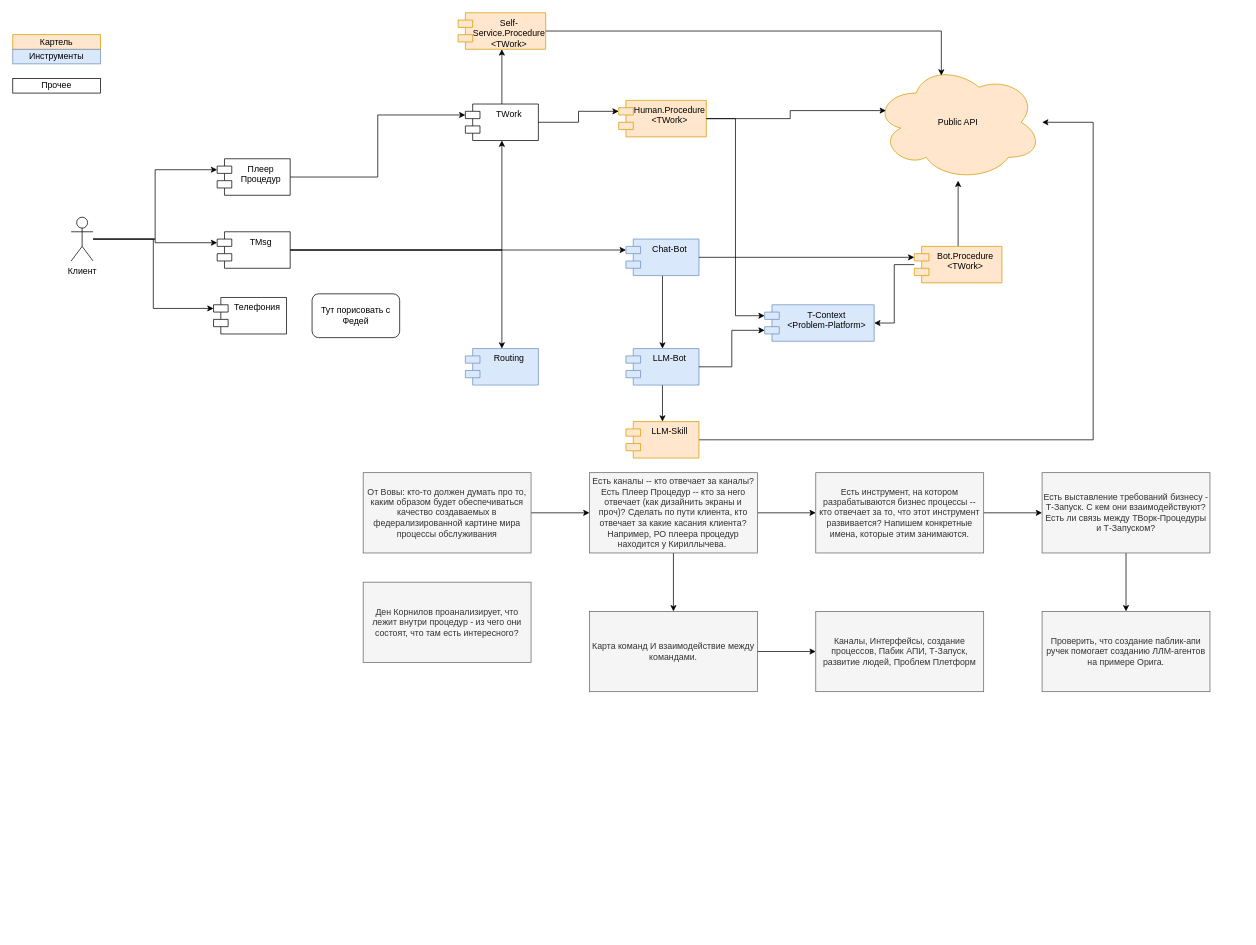
This is page "Page-2" (2 of 3) of arch-parf.drawio from alexAkselrod/uml, a draw.io file, before an edit. Source tidied: cells renumbered, new cells numbered last; positions are measured from the earlier drawing's top-left corner, leaving out a move shared by most shapes. Both pictures are drawn from the tidied source at 73%, with x=0, y=0 at pixel (1, 12).
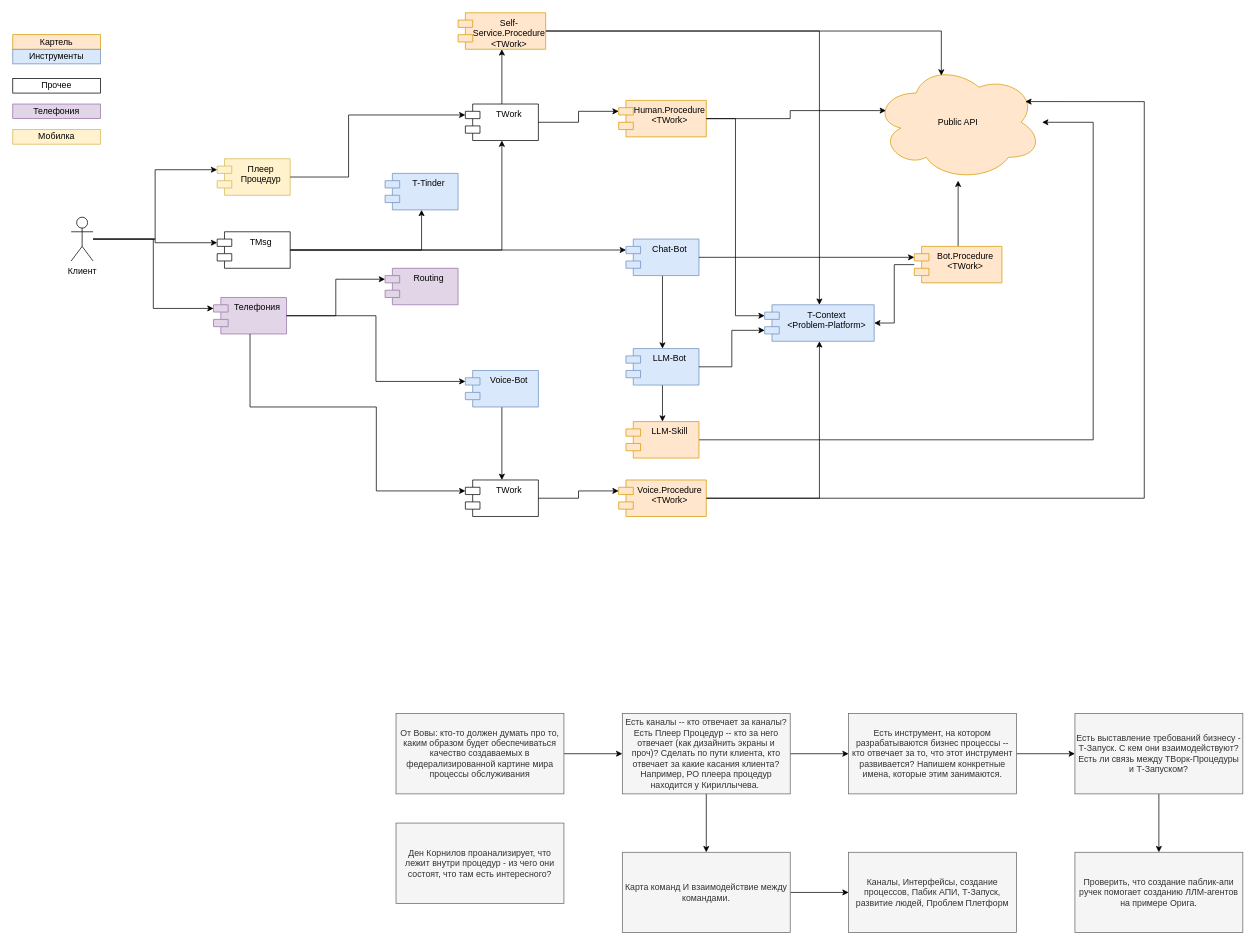
The same diagram, later.

Unchanged cells that the change refers to:
```xml
<mxCell id="11" value="TWork" style="shape=module;align=left;spacingLeft=20;align=center;verticalAlign=top;whiteSpace=wrap;html=1;" parent="1" vertex="1">
  <mxGeometry x="635" y="125" width="100" height="50" as="geometry" />
</mxCell>
<mxCell id="21" value="Public API" style="ellipse;shape=cloud;whiteSpace=wrap;html=1;fillColor=#ffe6cc;strokeColor=#d79b00;" parent="1" vertex="1">
  <mxGeometry x="1195" y="70" width="230" height="160" as="geometry" />
</mxCell>
<mxCell id="23" value="T-Context&lt;br&gt;&amp;lt;Problem-Platform&amp;gt;" style="shape=module;align=left;spacingLeft=20;align=center;verticalAlign=top;whiteSpace=wrap;html=1;fillColor=#dae8fc;strokeColor=#6c8ebf;" parent="1" vertex="1">
  <mxGeometry x="1045" y="400" width="150" height="50" as="geometry" />
</mxCell>
<mxCell id="52" value="Self-Service.Procedure&lt;br&gt;&amp;lt;TWork&amp;gt;" style="shape=module;align=left;spacingLeft=20;align=center;verticalAlign=top;whiteSpace=wrap;html=1;fillColor=#ffe6cc;strokeColor=#d79b00;" parent="1" vertex="1">
  <mxGeometry x="625" width="120" height="50" as="geometry" />
</mxCell>
```

Change to the diagram source:
```diff
@@
-    <mxCell id="9" value="Routing" style="shape=module;align=left;spacingLeft=20;align=center;verticalAlign=top;whiteSpace=wrap;html=1;fillColor=#dae8fc;strokeColor=#6c8ebf;" parent="1" vertex="1">
-      <mxGeometry x="635" y="460" width="100" height="50" as="geometry" />
+    <mxCell id="9" value="T-Tinder" style="shape=module;align=left;spacingLeft=20;align=center;verticalAlign=top;whiteSpace=wrap;html=1;fillColor=#dae8fc;strokeColor=#6c8ebf;" parent="1" vertex="1">
+      <mxGeometry x="525" y="220" width="100" height="50" as="geometry" />
     </mxCell>
@@
     <mxCell id="32" value="От Вовы: кто-то должен думать про то, каким образом будет обеспечиваться качество создаваемых в федерализированной картине мира процессы обслуживания" style="rounded=0;whiteSpace=wrap;html=1;fillColor=#f5f5f5;strokeColor=#666666;fontColor=#333333;" parent="1" vertex="1">
-      <mxGeometry x="495" y="630" width="230" height="110" as="geometry" />
+      <mxGeometry x="540" y="960" width="230" height="110" as="geometry" />
     </mxCell>
@@
     <mxCell id="35" value="Есть каналы -- кто отвечает за каналы? Есть Плеер Процедур -- кто за него отвечает (как дизайнить экраны и проч)? Сделать по пути клиента, кто отвечает за какие касания клиента? Например, РО плеера процедур находится у Кириллычева.&amp;nbsp;" style="rounded=0;whiteSpace=wrap;html=1;fillColor=#f5f5f5;strokeColor=#666666;fontColor=#333333;" parent="1" vertex="1">
-      <mxGeometry x="805" y="630" width="230" height="110" as="geometry" />
+      <mxGeometry x="850" y="960" width="230" height="110" as="geometry" />
     </mxCell>
@@
     <mxCell id="37" value="Есть инструмент, на котором разрабатываются бизнес процессы -- кто отвечает за то, что этот инструмент развивается? Напишем конкретные имена, которые этим занимаются." style="rounded=0;whiteSpace=wrap;html=1;fillColor=#f5f5f5;strokeColor=#666666;fontColor=#333333;" parent="1" vertex="1">
-      <mxGeometry x="1115" y="630" width="230" height="110" as="geometry" />
+      <mxGeometry x="1160" y="960" width="230" height="110" as="geometry" />
     </mxCell>
@@
     <mxCell id="39" value="Есть выставление требований бизнесу - Т-Запуск. С кем они взаимодействуют? Есть ли связь между ТВорк-Процедуры и Т-Запуском?" style="rounded=0;whiteSpace=wrap;html=1;fillColor=#f5f5f5;strokeColor=#666666;fontColor=#333333;" parent="1" vertex="1">
-      <mxGeometry x="1425" y="630" width="230" height="110" as="geometry" />
+      <mxGeometry x="1470" y="960" width="230" height="110" as="geometry" />
     </mxCell>
     <mxCell id="40" value="Проверить, что создание паблик-апи ручек помогает созданию ЛЛМ-агентов на примере Орига." style="rounded=0;whiteSpace=wrap;html=1;fillColor=#f5f5f5;strokeColor=#666666;fontColor=#333333;" parent="1" vertex="1">
-      <mxGeometry x="1425" y="820" width="230" height="110" as="geometry" />
+      <mxGeometry x="1470" y="1150" width="230" height="110" as="geometry" />
     </mxCell>
@@
     <mxCell id="42" value="Карта команд И взаимодействие между командами." style="rounded=0;whiteSpace=wrap;html=1;fillColor=#f5f5f5;strokeColor=#666666;fontColor=#333333;" parent="1" vertex="1">
-      <mxGeometry x="805" y="820" width="230" height="110" as="geometry" />
+      <mxGeometry x="850" y="1150" width="230" height="110" as="geometry" />
     </mxCell>
     <mxCell id="43" value="Каналы, Интерфейсы, создание процессов, Пабик АПИ, Т-Запуск, развитие людей, Проблем Плетформ" style="rounded=0;whiteSpace=wrap;html=1;fillColor=#f5f5f5;strokeColor=#666666;fontColor=#333333;" parent="1" vertex="1">
-      <mxGeometry x="1115" y="820" width="230" height="110" as="geometry" />
+      <mxGeometry x="1160" y="1150" width="230" height="110" as="geometry" />
     </mxCell>
     <mxCell id="44" value="Ден Корнилов проанализирует, что лежит внутри процедур - из чего они состоят, что там есть интересного?" style="rounded=0;whiteSpace=wrap;html=1;fillColor=#f5f5f5;strokeColor=#666666;fontColor=#333333;" parent="1" vertex="1">
-      <mxGeometry x="495" y="780" width="230" height="110" as="geometry" />
+      <mxGeometry x="540" y="1110" width="230" height="110" as="geometry" />
     </mxCell>
@@
-    <mxCell id="47" value="Телефония" style="shape=module;align=left;spacingLeft=20;align=center;verticalAlign=top;whiteSpace=wrap;html=1;" parent="1" vertex="1">
+    <mxCell id="47" value="Телефония" style="shape=module;align=left;spacingLeft=20;align=center;verticalAlign=top;whiteSpace=wrap;html=1;fillColor=#e1d5e7;strokeColor=#9673a6;" parent="1" vertex="1">
       <mxGeometry x="290" y="390" width="100" height="50" as="geometry" />
     </mxCell>
-    <mxCell id="48" value="Плеер Процедур" style="shape=module;align=left;spacingLeft=20;align=center;verticalAlign=top;whiteSpace=wrap;html=1;" parent="1" vertex="1">
+    <mxCell id="48" value="Плеер Процедур" style="shape=module;align=left;spacingLeft=20;align=center;verticalAlign=top;whiteSpace=wrap;html=1;fillColor=#fff2cc;strokeColor=#d6b656;" parent="1" vertex="1">
       <mxGeometry x="295" y="200" width="100" height="50" as="geometry" />
     </mxCell>
@@
-    <mxCell id="51" style="edgeStyle=orthogonalEdgeStyle;rounded=0;jettySize=auto;html=1;entryX=0;entryY=0;entryDx=0;entryDy=15;entryPerimeter=0;" parent="1" edge="1" source="48" target="11">
-      <mxGeometry relative="1" as="geometry" />
-    </mxCell>
+    <mxCell id="55" style="edgeStyle=orthogonalEdgeStyle;rounded=0;jettySize=auto;html=1;entryX=0.5;entryY=0;entryDx=0;entryDy=0;" parent="1" edge="1" source="52" target="23">
+      <mxGeometry relative="1" as="geometry" />
+    </mxCell>
@@
-    <mxCell id="54" value="Тут порисовать с Федей" style="rounded=1;whiteSpace=wrap;html=1;" parent="1" vertex="1">
-      <mxGeometry x="425" y="385" width="120" height="60" as="geometry" />
-    </mxCell>
+    <mxCell id="51" style="edgeStyle=orthogonalEdgeStyle;rounded=0;jettySize=auto;html=1;entryX=0;entryY=0;entryDx=0;entryDy=15;entryPerimeter=0;exitX=1;exitY=0.5;exitDx=0;exitDy=0;" parent="1" edge="1" source="48" target="11">
+      <mxGeometry relative="1" as="geometry">
+        <Array as="points">
+          <mxPoint x="475" y="225" />
+          <mxPoint x="475" y="140" />
+        </Array>
+      </mxGeometry>
+    </mxCell>
+    <mxCell id="56" style="edgeStyle=orthogonalEdgeStyle;rounded=0;jettySize=auto;html=1;" parent="1" edge="1" source="57" target="59">
+      <mxGeometry relative="1" as="geometry" />
+    </mxCell>
+    <mxCell id="57" value="Voice-Bot" style="shape=module;align=left;spacingLeft=20;align=center;verticalAlign=top;whiteSpace=wrap;html=1;fillColor=#dae8fc;strokeColor=#6c8ebf;" parent="1" vertex="1">
+      <mxGeometry x="635" y="490" width="100" height="50" as="geometry" />
+    </mxCell>
+    <mxCell id="58" style="edgeStyle=orthogonalEdgeStyle;rounded=0;jettySize=auto;html=1;entryX=0;entryY=0;entryDx=0;entryDy=15;entryPerimeter=0;" parent="1" edge="1" source="47" target="57">
+      <mxGeometry relative="1" as="geometry" />
+    </mxCell>
+    <mxCell id="59" value="TWork" style="shape=module;align=left;spacingLeft=20;align=center;verticalAlign=top;whiteSpace=wrap;html=1;" parent="1" vertex="1">
+      <mxGeometry x="635" y="640" width="100" height="50" as="geometry" />
+    </mxCell>
+    <mxCell id="60" style="edgeStyle=orthogonalEdgeStyle;rounded=0;jettySize=auto;html=1;entryX=0.5;entryY=1;entryDx=0;entryDy=0;" parent="1" edge="1" source="61" target="23">
+      <mxGeometry relative="1" as="geometry" />
+    </mxCell>
+    <mxCell id="61" value="Voice.Procedure&lt;br&gt;&amp;lt;TWork&amp;gt;" style="shape=module;align=left;spacingLeft=20;align=center;verticalAlign=top;whiteSpace=wrap;html=1;fillColor=#ffe6cc;strokeColor=#d79b00;" parent="1" vertex="1">
+      <mxGeometry x="845" y="640" width="120" height="50" as="geometry" />
+    </mxCell>
+    <mxCell id="62" style="edgeStyle=orthogonalEdgeStyle;rounded=0;jettySize=auto;html=1;entryX=0;entryY=0;entryDx=0;entryDy=15;entryPerimeter=0;" parent="1" edge="1" source="59" target="61">
+      <mxGeometry relative="1" as="geometry" />
+    </mxCell>
+    <mxCell id="63" style="edgeStyle=orthogonalEdgeStyle;rounded=0;jettySize=auto;html=1;entryX=0.9;entryY=0.323;entryDx=0;entryDy=0;entryPerimeter=0;" parent="1" edge="1" source="61" target="21">
+      <mxGeometry relative="1" as="geometry">
+        <Array as="points">
+          <mxPoint x="1565" y="665" />
+          <mxPoint x="1565" y="122" />
+        </Array>
+      </mxGeometry>
+    </mxCell>
+    <mxCell id="64" value="Routing" style="shape=module;align=left;spacingLeft=20;align=center;verticalAlign=top;whiteSpace=wrap;html=1;fillColor=#e1d5e7;strokeColor=#9673a6;" parent="1" vertex="1">
+      <mxGeometry x="525" y="350" width="100" height="50" as="geometry" />
+    </mxCell>
+    <mxCell id="65" style="edgeStyle=orthogonalEdgeStyle;rounded=0;jettySize=auto;html=1;entryX=0;entryY=0;entryDx=0;entryDy=15;entryPerimeter=0;" parent="1" edge="1" source="47" target="64">
+      <mxGeometry relative="1" as="geometry" />
+    </mxCell>
+    <mxCell id="66" style="edgeStyle=orthogonalEdgeStyle;rounded=0;jettySize=auto;html=1;entryX=0;entryY=0;entryDx=0;entryDy=15;entryPerimeter=0;" parent="1" edge="1" source="47" target="59">
+      <mxGeometry relative="1" as="geometry">
+        <Array as="points">
+          <mxPoint x="340" y="540" />
+          <mxPoint x="513" y="540" />
+          <mxPoint x="513" y="655" />
+        </Array>
+      </mxGeometry>
+    </mxCell>
+    <mxCell id="67" value="Телефония" style="rounded=0;whiteSpace=wrap;html=1;fillColor=#e1d5e7;strokeColor=#9673a6;" parent="1" vertex="1">
+      <mxGeometry x="15" y="125" width="120" height="20" as="geometry" />
+    </mxCell>
+    <mxCell id="68" value="Мобилка" style="rounded=0;whiteSpace=wrap;html=1;fillColor=#fff2cc;strokeColor=#d6b656;" parent="1" vertex="1">
+      <mxGeometry x="15" y="160" width="120" height="20" as="geometry" />
+    </mxCell>
```
